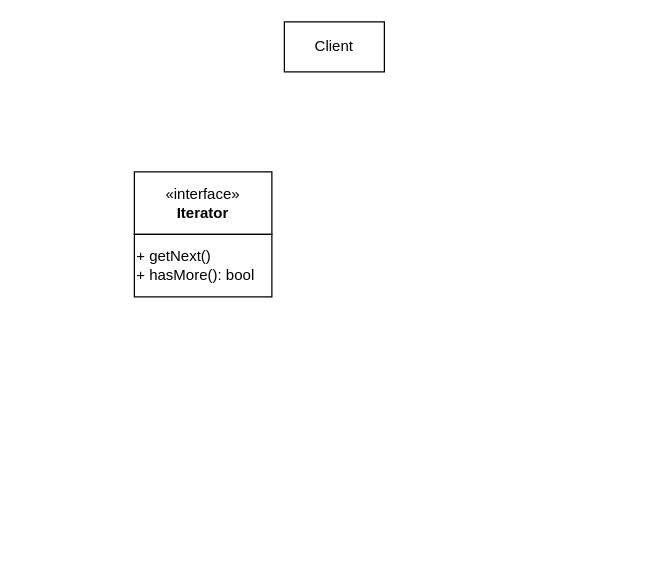
Earlier version of the draw.io diagram 设计模式/C语言设计模式/迭代器模式.drawio (zhouyuming/MyNotes). Source tidied: cells renumbered, new cells numbered last; positions are measured from the earlier drawing's top-left corner, leaving out a move shared by most shapes. Both pictures are drawn from the tidied source at 125%, with x=0, y=0 at pixel (134, 21).
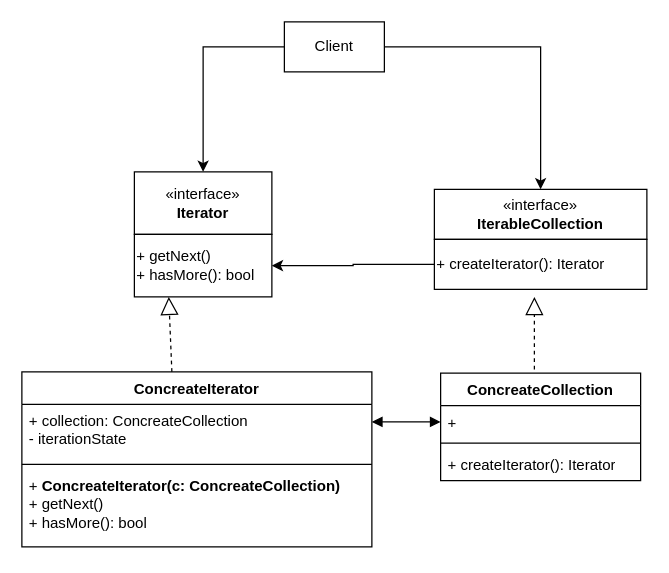
Above is the later version.

Commit message (it also covers changes not shown here):
更新迭代器模式.drawio

The change refers to these unchanged cells:
```xml
<mxCell id="2" value="Client" style="html=1;whiteSpace=wrap;" parent="1" vertex="1">
  <mxGeometry x="120" width="80" height="40" as="geometry" />
</mxCell>
<mxCell id="4" value="«interface»&lt;br&gt;&lt;b&gt;Iterator&lt;/b&gt;" style="html=1;whiteSpace=wrap;" parent="3" vertex="1">
  <mxGeometry width="110" height="50" as="geometry" />
</mxCell>
<mxCell id="5" value="+ getNext()&lt;div&gt;+ hasMore(): bool&lt;/div&gt;" style="html=1;whiteSpace=wrap;align=left;" parent="3" vertex="1">
  <mxGeometry y="50" width="110" height="50" as="geometry" />
</mxCell>
```

Diff of the diagram source:
```diff
@@
+    <mxCell id="6" style="edgeStyle=orthogonalEdgeStyle;rounded=0;jettySize=auto;html=1;exitX=0;exitY=0.5;exitDx=0;exitDy=0;entryX=0.5;entryY=0;entryDx=0;entryDy=0;" parent="1" edge="1" source="2" target="4">
+      <mxGeometry relative="1" as="geometry" />
+    </mxCell>
+    <mxCell id="7" style="edgeStyle=orthogonalEdgeStyle;rounded=0;jettySize=auto;html=1;exitX=1;exitY=0.5;exitDx=0;exitDy=0;entryX=0.5;entryY=0;entryDx=0;entryDy=0;" parent="1" edge="1" source="2" target="9">
+      <mxGeometry relative="1" as="geometry" />
+    </mxCell>
@@
+    <mxCell id="8" style="group;" parent="1" vertex="1">
+      <mxGeometry x="240" y="134" width="170" height="80" as="geometry" />
+    </mxCell>
+    <mxCell id="9" value="«interface»&lt;br&gt;&lt;b&gt;IterableCollection&lt;/b&gt;" style="html=1;whiteSpace=wrap;" parent="8" vertex="1">
+      <mxGeometry width="170" height="40" as="geometry" />
+    </mxCell>
+    <mxCell id="10" value="+ createIterator(): Iterator" style="html=1;whiteSpace=wrap;align=left;" parent="8" vertex="1">
+      <mxGeometry y="40" width="170" height="40" as="geometry" />
+    </mxCell>
+    <mxCell id="11" value="ConcreateIterator" style="swimlane;fontStyle=1;align=center;verticalAlign=top;horizontal=1;startSize=26;whiteSpace=wrap;html=1;" parent="1" vertex="1">
+      <mxGeometry x="-90" y="280" width="280" height="140" as="geometry" />
+    </mxCell>
+    <mxCell id="12" style="endArrow=block;dashed=1;endFill=0;endSize=12;html=1;rounded=0;entryX=0.25;entryY=1;entryDx=0;entryDy=0;" parent="11" edge="1" target="5">
+      <mxGeometry relative="1" as="geometry">
+        <mxPoint x="120" as="sourcePoint" />
+      </mxGeometry>
+    </mxCell>
+    <mxCell id="13" value="+ collection: ConcreateCollection&lt;div&gt;- iterationState&lt;/div&gt;" style="text;strokeColor=none;fillColor=none;align=left;verticalAlign=top;spacingLeft=4;spacingRight=4;overflow=hidden;whiteSpace=wrap;html=1;" parent="11" vertex="1">
+      <mxGeometry y="26" width="280" height="44" as="geometry" />
+    </mxCell>
+    <mxCell id="14" style="line;strokeWidth=1;fillColor=none;align=left;verticalAlign=middle;spacingTop=-1;spacingLeft=3;spacingRight=3;labelPosition=right;strokeColor=inherit;" parent="11" vertex="1">
+      <mxGeometry y="70" width="280" height="8" as="geometry" />
+    </mxCell>
+    <mxCell id="15" value="+&amp;nbsp;&lt;span style=&quot;font-weight: 700; text-align: center;&quot;&gt;ConcreateIterator(c: ConcreateCollection)&lt;/span&gt;&lt;div&gt;+ getNext()&lt;div&gt;+ hasMore(): bool&lt;/div&gt;&lt;/div&gt;" style="text;strokeColor=none;fillColor=none;align=left;verticalAlign=top;spacingLeft=4;spacingRight=4;overflow=hidden;whiteSpace=wrap;html=1;" parent="11" vertex="1">
+      <mxGeometry y="78" width="280" height="62" as="geometry" />
+    </mxCell>
+    <mxCell id="16" value="ConcreateCollection" style="swimlane;fontStyle=1;align=center;verticalAlign=top;horizontal=1;startSize=26;whiteSpace=wrap;html=1;" parent="1" vertex="1">
+      <mxGeometry x="245" y="281" width="160" height="86" as="geometry" />
+    </mxCell>
+    <mxCell id="17" value="+&amp;nbsp;" style="text;strokeColor=none;fillColor=none;align=left;verticalAlign=top;spacingLeft=4;spacingRight=4;overflow=hidden;points=[[0,0.5],[1,0.5]];portConstraint=eastwest;whiteSpace=wrap;html=1;" parent="16" vertex="1">
+      <mxGeometry y="26" width="160" height="26" as="geometry" />
+    </mxCell>
+    <mxCell id="18" style="line;strokeWidth=1;fillColor=none;align=left;verticalAlign=middle;spacingTop=-1;spacingLeft=3;spacingRight=3;labelPosition=right;strokeColor=inherit;" parent="16" vertex="1">
+      <mxGeometry y="52" width="160" height="8" as="geometry" />
+    </mxCell>
+    <mxCell id="19" value="+ createIterator(): Iterator" style="text;strokeColor=none;fillColor=none;align=left;verticalAlign=top;spacingLeft=4;spacingRight=4;overflow=hidden;whiteSpace=wrap;html=1;" parent="16" vertex="1">
+      <mxGeometry y="60" width="160" height="26" as="geometry" />
+    </mxCell>
+    <mxCell id="20" style="edgeStyle=orthogonalEdgeStyle;rounded=0;jettySize=auto;html=1;exitX=0;exitY=0.5;exitDx=0;exitDy=0;" parent="1" edge="1" source="10" target="5">
+      <mxGeometry relative="1" as="geometry" />
+    </mxCell>
+    <mxCell id="21" style="endArrow=block;dashed=1;endFill=0;endSize=12;html=1;rounded=0;" parent="1" edge="1">
+      <mxGeometry relative="1" as="geometry">
+        <mxPoint x="320" y="278" as="sourcePoint" />
+        <mxPoint x="320" y="220" as="targetPoint" />
+      </mxGeometry>
+    </mxCell>
+    <mxCell id="22" style="endArrow=block;startArrow=block;endFill=1;startFill=1;html=1;rounded=0;entryX=0;entryY=0.5;entryDx=0;entryDy=0;" parent="1" edge="1" target="17">
+      <mxGeometry relative="1" as="geometry">
+        <mxPoint x="190" y="320" as="sourcePoint" />
+      </mxGeometry>
+    </mxCell>
```
